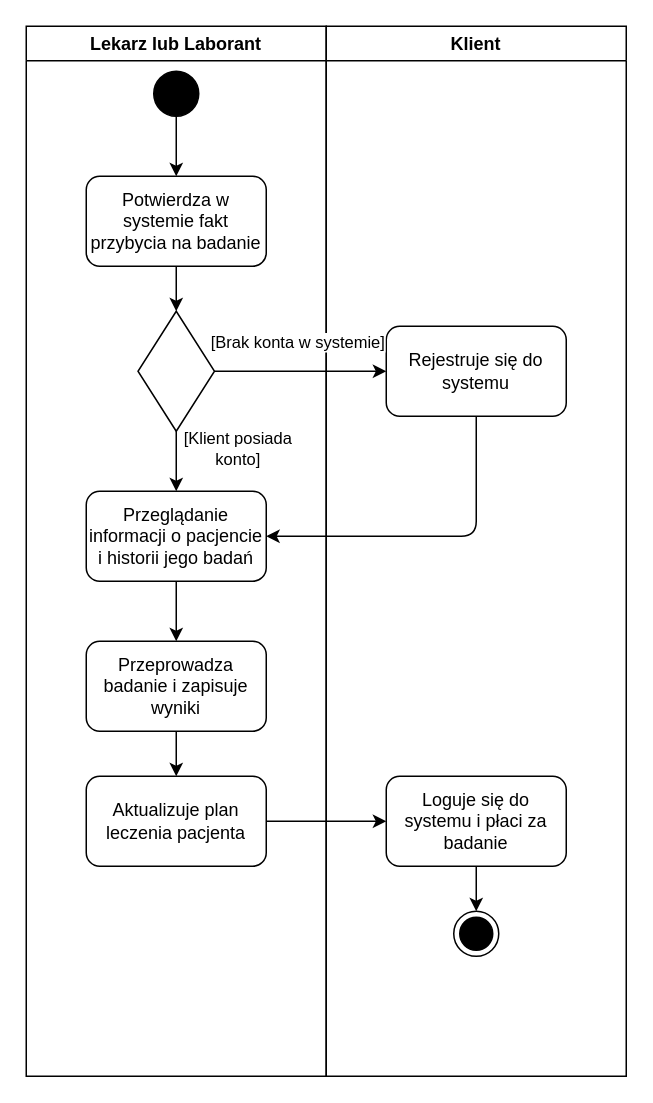
Above: ActivityDiagrams/UC2_Przeprowadz_badanie.drawio in MarekMichali/vet-clinic (draw.io), before the change. Source tidied: cells renumbered, new cells numbered last; positions are measured from the earlier drawing's top-left corner, leaving out a move shared by most shapes. Both pictures are drawn from the tidied source at 150%, with x=0, y=0 at pixel (26, 26).
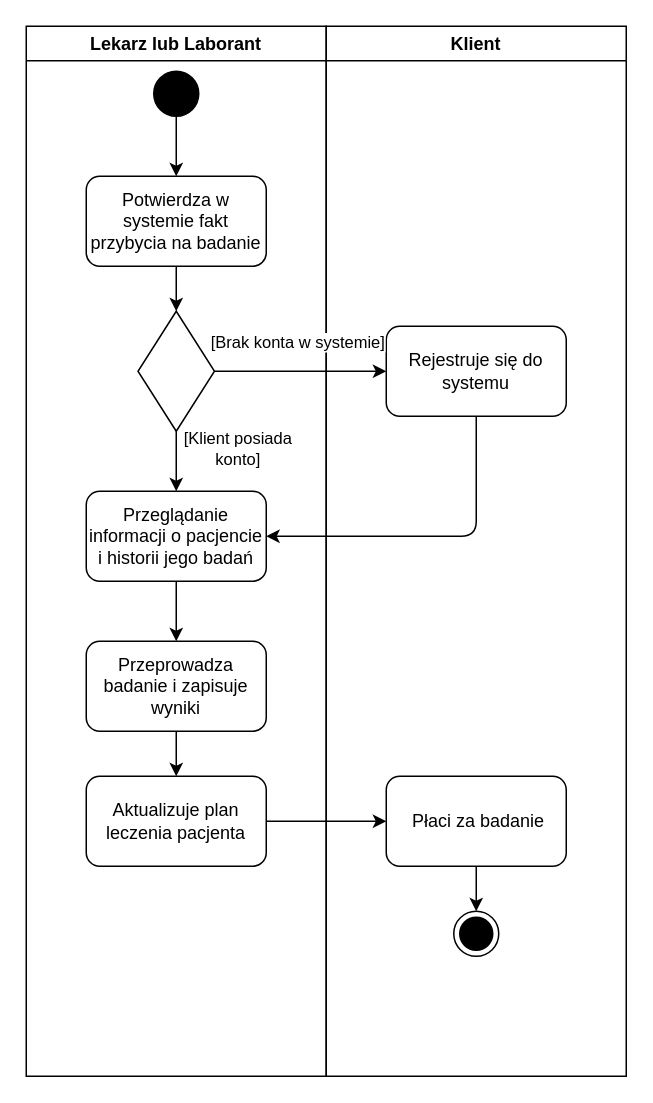
Above is the later version.

The change refers to these unchanged cells:
```xml
<mxCell id="15" value="Klient" style="swimlane;whiteSpace=wrap;html=1;" parent="1" vertex="1">
  <mxGeometry x="200" width="200" height="700" as="geometry" />
</mxCell>
```

What changed in the source:
```diff
@@
-    <mxCell id="18" value="Loguje się do systemu i płaci za badanie" style="rounded=1;whiteSpace=wrap;html=1;" parent="15" vertex="1">
+    <mxCell id="18" value="&amp;nbsp;Płaci za badanie" style="rounded=1;whiteSpace=wrap;html=1;" parent="15" vertex="1">
       <mxGeometry x="40" y="500" width="120" height="60" as="geometry" />
     </mxCell>
```
